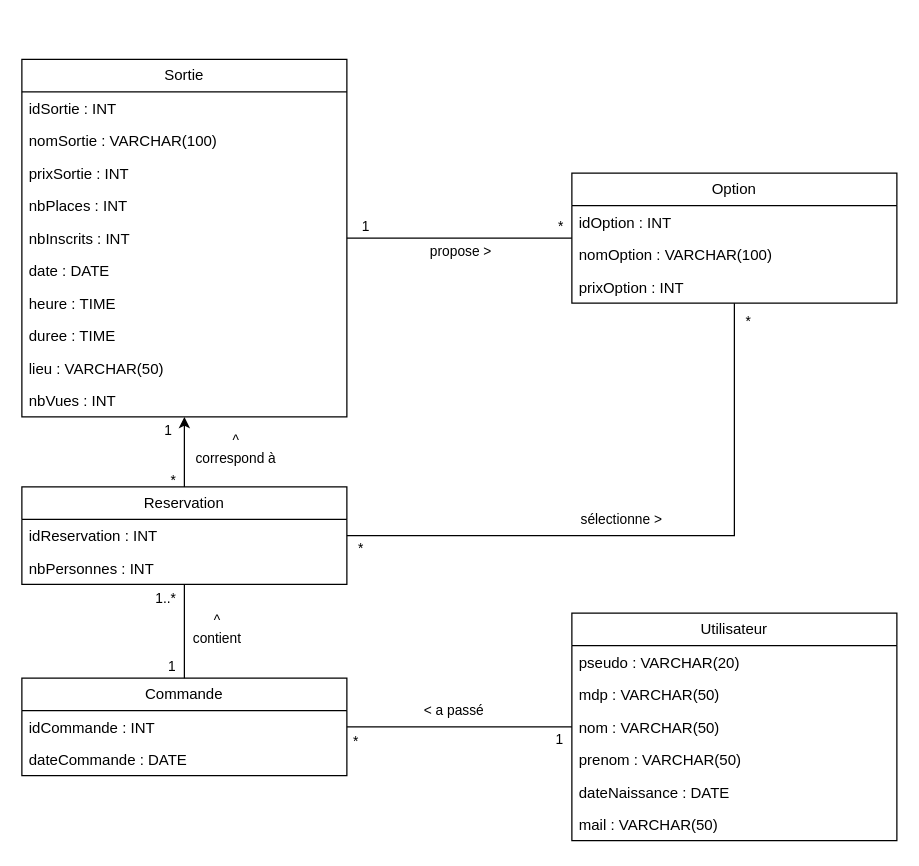
This is doc/baseDeDonnees/Schema_BDD_MySQL.drawio from Garcia-Christophe/TourGo, a draw.io file, before an edit. Source tidied: cells renumbered, new cells numbered last; positions are measured from the earlier drawing's top-left corner, leaving out a move shared by most shapes. Both pictures are drawn from the tidied source at 125%, with x=0, y=0 at pixel (21, 59).
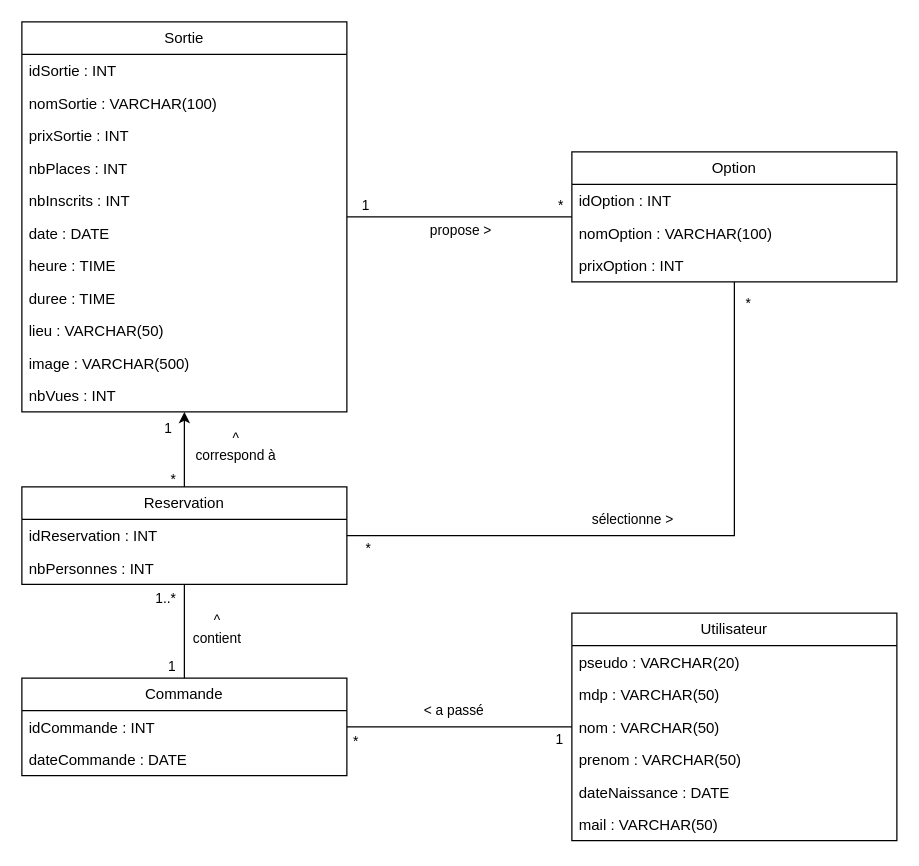
After the change.

Commit message:
chore(schema_bdd_mysql): ajout de la colonne image pour une Sortie

Diff of the diagram source:
```diff
@@
     <mxCell id="6" value="Sortie" style="swimlane;fontStyle=0;horizontal=1;startSize=26;fillColor=none;whiteSpace=wrap;html=1;" parent="1" vertex="1">
-      <mxGeometry width="260" height="286" as="geometry" />
+      <mxGeometry y="-30" width="260" height="312" as="geometry" />
     </mxCell>
@@
+    <mxCell id="50" value="image : VARCHAR(500)" style="text;strokeColor=none;fillColor=none;align=left;verticalAlign=top;spacingLeft=4;spacingRight=4;overflow=hidden;whiteSpace=wrap;html=1;" parent="6" vertex="1">
+      <mxGeometry y="260" width="260" height="26" as="geometry" />
+    </mxCell>
     <mxCell id="16" value="nbVues : INT" style="text;strokeColor=none;fillColor=none;align=left;verticalAlign=top;spacingLeft=4;spacingRight=4;overflow=hidden;whiteSpace=wrap;html=1;" parent="6" vertex="1">
-      <mxGeometry y="260" width="260" height="26" as="geometry" />
+      <mxGeometry y="286" width="260" height="26" as="geometry" />
     </mxCell>
     <mxCell id="17" value="Option" style="swimlane;fontStyle=0;horizontal=1;startSize=26;fillColor=none;whiteSpace=wrap;html=1;" parent="1" vertex="1">
-      <mxGeometry x="440" y="91" width="260" height="104" as="geometry" />
+      <mxGeometry x="440" y="74" width="260" height="104" as="geometry" />
     </mxCell>
```
